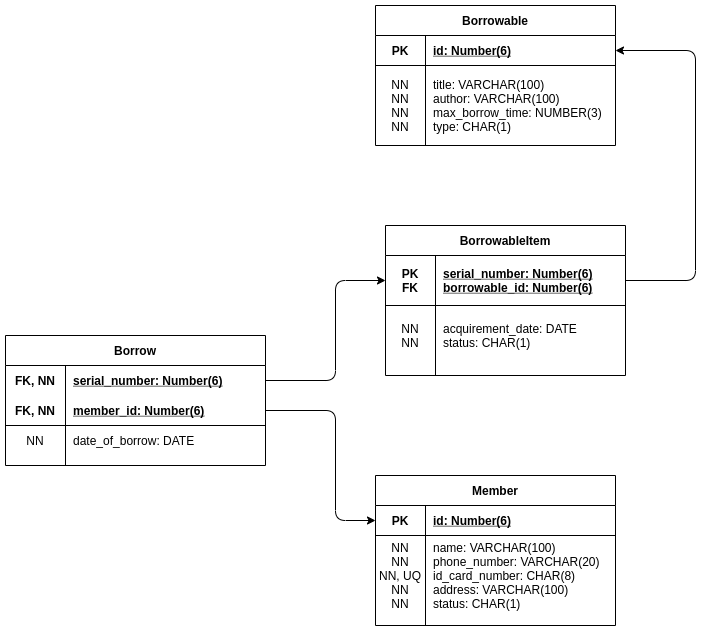
bbalage/information-systems-handin keeps this draw.io diagram as docs/img/information-systems-relational-diagram.png. Above is the earlier version. Source tidied: cells renumbered, new cells last; positions are measured from the earlier drawing's top-left corner, leaving out a move shared by most shapes.
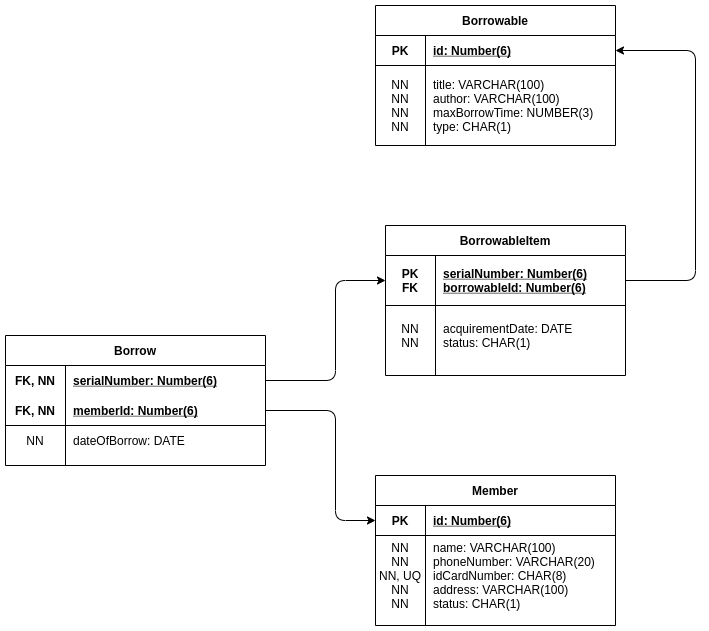
Later version of the same file.

The edit, as a diff of the source:
```diff
@@ -11,7 +11,7 @@
     <mxCell id="4" value="FK, NN" style="shape=partialRectangle;fillColor=none;top=0;left=0;bottom=0;right=0;fontStyle=1;overflow=hidden;" parent="3" vertex="1">
       <mxGeometry width="60" height="30" as="geometry" />
     </mxCell>
-    <mxCell id="5" value="serial_number: Number(6)" style="shape=partialRectangle;fillColor=none;top=0;left=0;bottom=0;right=0;align=left;spacingLeft=6;fontStyle=5;overflow=hidden;" parent="3" vertex="1">
+    <mxCell id="5" value="serialNumber: Number(6)" style="shape=partialRectangle;fillColor=none;top=0;left=0;bottom=0;right=0;align=left;spacingLeft=6;fontStyle=5;overflow=hidden;" parent="3" vertex="1">
       <mxGeometry x="60" width="200" height="30" as="geometry" />
     </mxCell>
     <mxCell id="6" style="shape=partialRectangle;fillColor=none;top=0;left=0;bottom=1;right=0;points=[[0,0.5],[1,0.5]];portConstraint=eastwest;" parent="2" vertex="1">
@@ -20,7 +20,7 @@
     <mxCell id="7" value="FK, NN" style="shape=partialRectangle;fillColor=none;top=0;left=0;bottom=0;right=0;fontStyle=1;overflow=hidden;" parent="6" vertex="1">
       <mxGeometry width="60" height="30" as="geometry" />
     </mxCell>
-    <mxCell id="8" value="member_id: Number(6)" style="shape=partialRectangle;fillColor=none;top=0;left=0;bottom=0;right=0;align=left;spacingLeft=6;fontStyle=5;overflow=hidden;" parent="6" vertex="1">
+    <mxCell id="8" value="memberId: Number(6)" style="shape=partialRectangle;fillColor=none;top=0;left=0;bottom=0;right=0;align=left;spacingLeft=6;fontStyle=5;overflow=hidden;" parent="6" vertex="1">
       <mxGeometry x="60" width="200" height="30" as="geometry" />
     </mxCell>
     <mxCell id="9" style="shape=partialRectangle;fillColor=none;top=0;left=0;bottom=0;right=0;" parent="2" vertex="1">
@@ -29,7 +29,7 @@
     <mxCell id="10" value="NN" style="shape=partialRectangle;fillColor=none;top=0;left=0;bottom=0;right=0;overflow=hidden;" parent="9" vertex="1">
       <mxGeometry width="60" height="30" as="geometry" />
     </mxCell>
-    <mxCell id="11" value="date_of_borrow: DATE" style="shape=partialRectangle;fillColor=none;top=0;left=0;bottom=0;right=0;align=left;spacingLeft=6;overflow=hidden;" parent="9" vertex="1">
+    <mxCell id="11" value="dateOfBorrow: DATE" style="shape=partialRectangle;fillColor=none;top=0;left=0;bottom=0;right=0;align=left;spacingLeft=6;overflow=hidden;" parent="9" vertex="1">
       <mxGeometry x="60" width="200" height="30" as="geometry" />
     </mxCell>
     <mxCell id="12" value="Member" style="shape=table;startSize=30;rowLines=0;fontStyle=1;align=center;" parent="1" vertex="1">
@@ -50,7 +50,7 @@
     <mxCell id="17" value="NN&#10;NN&#10;NN, UQ&#10;NN&#10;NN" style="shape=partialRectangle;fillColor=none;top=0;left=0;bottom=0;right=0;overflow=hidden;" parent="16" vertex="1">
       <mxGeometry width="50" height="80" as="geometry" />
     </mxCell>
-    <mxCell id="18" value="name: VARCHAR(100)&#10;phone_number: VARCHAR(20)&#10;id_card_number: CHAR(8)&#10;address: VARCHAR(100)&#10;status: CHAR(1)" style="shape=partialRectangle;fillColor=none;top=0;left=0;bottom=0;right=0;align=left;spacingLeft=6;overflow=hidden;" parent="16" vertex="1">
+    <mxCell id="18" value="name: VARCHAR(100)&#10;phoneNumber: VARCHAR(20)&#10;idCardNumber: CHAR(8)&#10;address: VARCHAR(100)&#10;status: CHAR(1)" style="shape=partialRectangle;fillColor=none;top=0;left=0;bottom=0;right=0;align=left;spacingLeft=6;overflow=hidden;" parent="16" vertex="1">
       <mxGeometry x="50" width="190" height="80" as="geometry" />
     </mxCell>
     <mxCell id="19" value="Borrowable" style="shape=table;startSize=30;rowLines=0;fontStyle=1;align=center;" parent="1" vertex="1">
@@ -71,7 +71,7 @@
     <mxCell id="24" value="NN&#10;NN&#10;NN&#10;NN" style="shape=partialRectangle;fillColor=none;top=0;left=0;bottom=0;right=0;overflow=hidden;" parent="23" vertex="1">
       <mxGeometry width="50" height="80" as="geometry" />
     </mxCell>
-    <mxCell id="25" value="title: VARCHAR(100)&#10;author: VARCHAR(100)&#10;max_borrow_time: NUMBER(3)&#10;type: CHAR(1)" style="shape=partialRectangle;fillColor=none;top=0;left=0;bottom=0;right=0;align=left;spacingLeft=6;overflow=hidden;" parent="23" vertex="1">
+    <mxCell id="25" value="title: VARCHAR(100)&#10;author: VARCHAR(100)&#10;maxBorrowTime: NUMBER(3)&#10;type: CHAR(1)" style="shape=partialRectangle;fillColor=none;top=0;left=0;bottom=0;right=0;align=left;spacingLeft=6;overflow=hidden;" parent="23" vertex="1">
       <mxGeometry x="50" width="190" height="80" as="geometry" />
     </mxCell>
     <mxCell id="26" style="endArrow=classic;html=1;exitX=1;exitY=0.5;exitDx=0;exitDy=0;entryX=0;entryY=0.5;entryDx=0;entryDy=0;" parent="1" edge="1" source="3" target="29">
@@ -99,7 +99,7 @@
     <mxCell id="30" value="PK&#10;FK" style="shape=partialRectangle;fillColor=none;top=0;left=0;bottom=0;right=0;fontStyle=1;overflow=hidden;" parent="29" vertex="1">
       <mxGeometry width="50" height="50" as="geometry" />
     </mxCell>
-    <mxCell id="31" value="serial_number: Number(6)&#10;borrowable_id: Number(6)" style="shape=partialRectangle;fillColor=none;top=0;left=0;bottom=0;right=0;align=left;spacingLeft=6;fontStyle=5;overflow=hidden;" parent="29" vertex="1">
+    <mxCell id="31" value="serialNumber: Number(6)&#10;borrowableId: Number(6)" style="shape=partialRectangle;fillColor=none;top=0;left=0;bottom=0;right=0;align=left;spacingLeft=6;fontStyle=5;overflow=hidden;" parent="29" vertex="1">
       <mxGeometry x="50" width="190" height="50" as="geometry" />
     </mxCell>
     <mxCell id="32" style="shape=partialRectangle;fillColor=none;top=0;left=0;bottom=0;right=0;" parent="28" vertex="1">
@@ -108,7 +108,7 @@
     <mxCell id="33" value="NN&#10;NN" style="shape=partialRectangle;fillColor=none;top=0;left=0;bottom=0;right=0;overflow=hidden;" parent="32" vertex="1">
       <mxGeometry width="50" height="60" as="geometry" />
     </mxCell>
-    <mxCell id="34" value="acquirement_date: DATE&#10;status: CHAR(1)" style="shape=partialRectangle;fillColor=none;top=0;left=0;bottom=0;right=0;align=left;spacingLeft=6;overflow=hidden;" parent="32" vertex="1">
+    <mxCell id="34" value="acquirementDate: DATE&#10;status: CHAR(1)" style="shape=partialRectangle;fillColor=none;top=0;left=0;bottom=0;right=0;align=left;spacingLeft=6;overflow=hidden;" parent="32" vertex="1">
       <mxGeometry x="50" width="190" height="60" as="geometry" />
     </mxCell>
     <mxCell id="35" style="endArrow=classic;html=1;entryX=1;entryY=0.5;entryDx=0;entryDy=0;exitX=1;exitY=0.5;exitDx=0;exitDy=0;" parent="1" edge="1" source="29" target="20">
```
